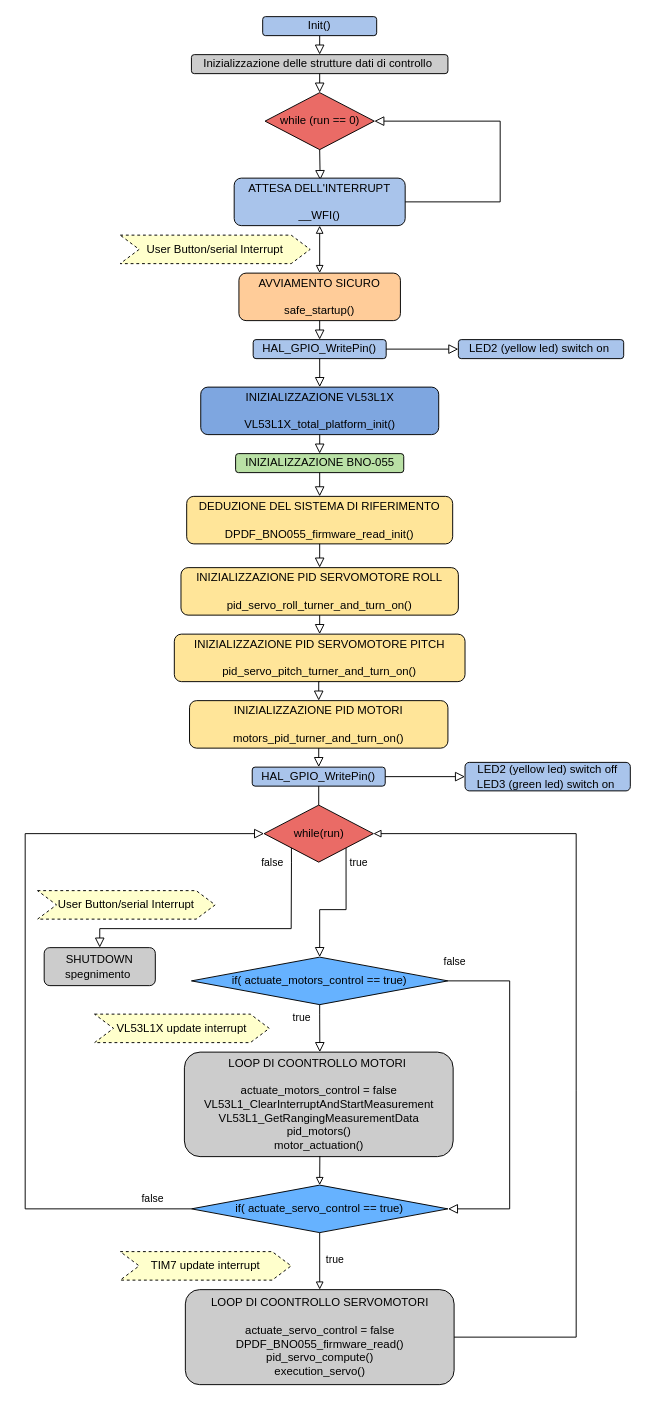
Before: relazione/corrente/src_diagrams/diagramma_di_flusso_generale.drawio in diego-tag/ducted-fan, a draw.io diagram. Source tidied: cells renumbered, new cells numbered last; positions are measured from the earlier drawing's top-left corner, leaving out a move shared by most shapes. Both pictures are drawn from the tidied source at 95%, with x=0, y=0 at pixel (25, 16).
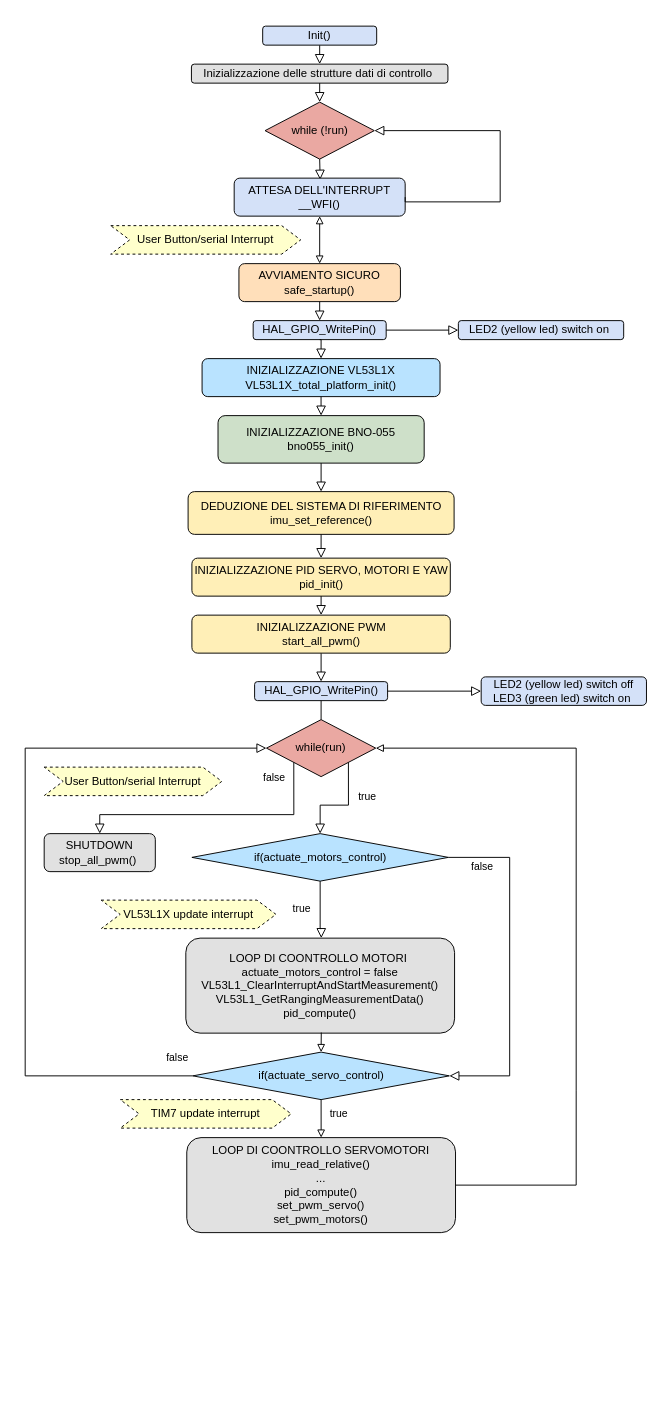
The same diagram, later.

Commit message:
relazione: aggiorna source diagramma

The change refers to these unchanged cells:
```xml
<mxCell id="37" style="rounded=0;html=1;jettySize=auto;fontSize=11;endArrow=block;endFill=0;endSize=8;strokeWidth=1;shadow=0;labelBackgroundColor=none;edgeStyle=orthogonalEdgeStyle;exitX=1;exitY=1;exitDx=0;exitDy=0;entryX=0.5;entryY=0;entryDx=0;entryDy=0;" parent="1" edge="1" source="29" target="35">
  <mxGeometry relative="1" as="geometry" />
</mxCell>
<mxCell id="51" style="endArrow=block;html=1;rounded=0;exitX=0.5;exitY=1;exitDx=0;exitDy=0;endFill=0;entryX=0.5;entryY=0;entryDx=0;entryDy=0;" parent="1" edge="1" source="48" target="53">
  <mxGeometry relative="1" as="geometry" />
</mxCell>
```

Change to the diagram source:
```diff
@@
-    <mxCell id="3" value="&lt;font style=&quot;color: light-dark(rgb(0, 0, 0), rgb(0, 0, 0));&quot;&gt;Init()&lt;/font&gt;" style="rounded=1;whiteSpace=wrap;html=1;fontSize=12;glass=0;strokeWidth=1;shadow=0;fillColor=light-dark(#A9C4EB,#A9C4EB);" parent="1" vertex="1">
-      <mxGeometry x="250" width="120" height="20" as="geometry" />
+    <mxCell id="3" value="&lt;font style=&quot;color: light-dark(rgb(0, 0, 0), rgb(0, 0, 0));&quot;&gt;Init()&lt;/font&gt;" style="rounded=1;whiteSpace=wrap;html=1;fontSize=12;glass=0;strokeWidth=1;shadow=0;fillColor=light-dark(#D4E1F8,#A9C4EB);" parent="1" vertex="1">
+      <mxGeometry x="250" y="10" width="120" height="20" as="geometry" />
     </mxCell>
-    <mxCell id="4" value="&lt;font style=&quot;color: light-dark(rgb(0, 0, 0), rgb(0, 0, 0));&quot;&gt;Inizializzazione delle strutture dati di controllo&amp;nbsp;&lt;/font&gt;" style="rounded=1;whiteSpace=wrap;html=1;fillColor=light-dark(#CCCCCC,#CCCCCC);" parent="1" vertex="1">
-      <mxGeometry x="175" y="40" width="270" height="20" as="geometry" />
+    <mxCell id="4" value="&lt;font style=&quot;color: light-dark(rgb(0, 0, 0), rgb(0, 0, 0));&quot;&gt;Inizializzazione delle strutture dati di controllo&amp;nbsp;&lt;/font&gt;" style="rounded=1;whiteSpace=wrap;html=1;fillColor=light-dark(#E1E1E1,#CCCCCC);" parent="1" vertex="1">
+      <mxGeometry x="175" y="50" width="270" height="20" as="geometry" />
     </mxCell>
-    <mxCell id="5" value="while (run == 0)" style="rhombus;whiteSpace=wrap;html=1;fillColor=#EA6B66;" parent="1" vertex="1">
-      <mxGeometry x="252.5" y="80" width="115" height="60" as="geometry" />
+    <mxCell id="5" value="while (!run)" style="rhombus;whiteSpace=wrap;html=1;fillColor=#EAA8A2;" parent="1" vertex="1">
+      <mxGeometry x="252.5" y="90" width="115" height="60" as="geometry" />
     </mxCell>
@@
-    <mxCell id="8" value="ATTESA DELL'INTERRUPT&lt;div&gt;&lt;br&gt;&lt;div&gt;__WFI()&lt;/div&gt;&lt;/div&gt;" style="rounded=1;whiteSpace=wrap;html=1;fillColor=#A9C4EB;" parent="1" vertex="1">
-      <mxGeometry x="220" y="170" width="180" height="50" as="geometry" />
+    <mxCell id="8" value="ATTESA DELL'INTERRUPT&lt;div&gt;&lt;div&gt;__WFI()&lt;/div&gt;&lt;/div&gt;" style="rounded=1;whiteSpace=wrap;html=1;fillColor=light-dark(#D4E1F8,#A9C4EB);" parent="1" vertex="1">
+      <mxGeometry x="220" y="170" width="180" height="40" as="geometry" />
     </mxCell>
     <mxCell id="9" style="rounded=0;html=1;jettySize=auto;fontSize=11;endArrow=block;endFill=0;endSize=8;strokeWidth=1;shadow=0;labelBackgroundColor=none;edgeStyle=orthogonalEdgeStyle;exitX=1;exitY=0.5;exitDx=0;exitDy=0;entryX=1;entryY=0.5;entryDx=0;entryDy=0;" parent="1" edge="1" source="8" target="5">
       <mxGeometry relative="1" as="geometry">
         <Array as="points">
+          <mxPoint x="400" y="195" />
           <mxPoint x="500" y="195" />
-          <mxPoint x="500" y="110" />
+          <mxPoint x="500" y="120" />
         </Array>
       </mxGeometry>
     </mxCell>
     <mxCell id="10" value="User Button/serial Interrupt" style="shape=step;perimeter=stepPerimeter;whiteSpace=wrap;html=1;fixedSize=1;dashed=1;fillColor=#FFFFCC;" parent="1" vertex="1">
-      <mxGeometry x="100" y="230" width="200" height="30" as="geometry" />
+      <mxGeometry x="90" y="220" width="200" height="30" as="geometry" />
     </mxCell>
@@
-    <mxCell id="12" value="AVVIAMENTO SICURO&lt;div&gt;&lt;br&gt;&lt;/div&gt;&lt;div&gt;safe_startup()&lt;/div&gt;" style="rounded=1;whiteSpace=wrap;html=1;fillColor=#FFCC99;" parent="1" vertex="1">
-      <mxGeometry x="225" y="270" width="170" height="50" as="geometry" />
+    <mxCell id="12" value="AVVIAMENTO SICURO&lt;div&gt;safe_startup()&lt;/div&gt;" style="rounded=1;whiteSpace=wrap;html=1;fillColor=#FFDFBA;" parent="1" vertex="1">
+      <mxGeometry x="225" y="260" width="170" height="40" as="geometry" />
     </mxCell>
-    <mxCell id="13" value="HAL_GPIO_WritePin()" style="rounded=1;whiteSpace=wrap;html=1;fillColor=light-dark(#A9C4EB,#A9C4EB);" parent="1" vertex="1">
-      <mxGeometry x="240" y="340" width="140" height="20" as="geometry" />
+    <mxCell id="13" value="HAL_GPIO_WritePin()" style="rounded=1;whiteSpace=wrap;html=1;fillColor=light-dark(#D4E1F8,#A9C4EB);" parent="1" vertex="1">
+      <mxGeometry x="240" y="320" width="140" height="20" as="geometry" />
     </mxCell>
@@
-    <mxCell id="15" value="LED2 (yellow led) switch on&amp;nbsp;" style="rounded=1;whiteSpace=wrap;html=1;fillColor=light-dark(#A9C4EB,#A9C4EB);" parent="1" vertex="1">
-      <mxGeometry x="456" y="340" width="174" height="20" as="geometry" />
+    <mxCell id="15" value="LED2 (yellow led) switch on&amp;nbsp;" style="rounded=1;whiteSpace=wrap;html=1;fillColor=light-dark(#D4E1F8,#A9C4EB);" parent="1" vertex="1">
+      <mxGeometry x="456" y="320" width="174" height="20" as="geometry" />
     </mxCell>
@@
-    <mxCell id="17" value="INIZIALIZZAZIONE VL53L1X&lt;div&gt;&lt;br&gt;&lt;div&gt;VL53L1X_total_platform_init()&lt;/div&gt;&lt;/div&gt;" style="rounded=1;whiteSpace=wrap;html=1;fillColor=#7EA6E0;" parent="1" vertex="1">
-      <mxGeometry x="184.8" y="390" width="250.5" height="50" as="geometry" />
+    <mxCell id="17" value="INIZIALIZZAZIONE VL53L1X&lt;div&gt;&lt;div&gt;VL53L1X_total_platform_init()&lt;/div&gt;&lt;/div&gt;" style="rounded=1;whiteSpace=wrap;html=1;fillColor=#B9E3FF;" parent="1" vertex="1">
+      <mxGeometry x="186.2" y="360" width="250.5" height="40" as="geometry" />
     </mxCell>
@@
-    <mxCell id="19" value="INIZIALIZZAZIONE BNO-055" style="rounded=1;whiteSpace=wrap;html=1;fillColor=#B9E0A5;" parent="1" vertex="1">
-      <mxGeometry x="221.5" y="460" width="177" height="20" as="geometry" />
+    <mxCell id="19" value="INIZIALIZZAZIONE BNO-055&lt;br&gt;bno055_init()" style="rounded=1;whiteSpace=wrap;html=1;fillColor=#CEE0C9;" parent="1" vertex="1">
+      <mxGeometry x="203" y="420" width="217" height="50" as="geometry" />
     </mxCell>
@@
-    <mxCell id="21" value="DEDUZIONE DEL SISTEMA DI RIFERIMENTO&lt;div&gt;&lt;br&gt;&lt;/div&gt;&lt;div&gt;DPDF_BNO055_firmware_read_init()&lt;/div&gt;" style="rounded=1;whiteSpace=wrap;html=1;fillColor=#FFE599;" parent="1" vertex="1">
-      <mxGeometry x="170" y="505" width="280" height="50" as="geometry" />
+    <mxCell id="21" value="DEDUZIONE DEL SISTEMA DI RIFERIMENTO&lt;div&gt;imu_set_reference()&lt;/div&gt;" style="rounded=1;whiteSpace=wrap;html=1;fillColor=#FFEFB7;" parent="1" vertex="1">
+      <mxGeometry x="171.5" y="500" width="280" height="45" as="geometry" />
     </mxCell>
@@
-    <mxCell id="23" value="INIZIALIZZAZIONE PID SERVOMOTORE ROLL&lt;div&gt;&lt;br&gt;&lt;/div&gt;&lt;div&gt;pid_servo_roll_turner_and_turn_on()&lt;/div&gt;" style="rounded=1;whiteSpace=wrap;html=1;fillColor=#FFE599;" parent="1" vertex="1">
-      <mxGeometry x="164" y="580" width="292" height="50" as="geometry" />
-    </mxCell>
-    <mxCell id="24" style="rounded=0;html=1;jettySize=auto;fontSize=11;endArrow=block;endFill=0;endSize=8;strokeWidth=1;shadow=0;labelBackgroundColor=none;edgeStyle=orthogonalEdgeStyle;entryX=0.5;entryY=0;entryDx=0;entryDy=0;exitX=0.5;exitY=1;exitDx=0;exitDy=0;" parent="1" edge="1" source="21" target="23">
-      <mxGeometry relative="1" as="geometry" />
-    </mxCell>
-    <mxCell id="25" value="INIZIALIZZAZIONE PID SERVOMOTORE PITCH&lt;div&gt;&lt;br&gt;&lt;/div&gt;&lt;div&gt;pid_servo_pitch_turner_and_turn_on()&lt;/div&gt;" style="rounded=1;whiteSpace=wrap;html=1;fillColor=#FFE599;" parent="1" vertex="1">
-      <mxGeometry x="157" y="650" width="306" height="50" as="geometry" />
-    </mxCell>
-    <mxCell id="26" style="rounded=0;html=1;jettySize=auto;fontSize=11;endArrow=block;endFill=0;endSize=8;strokeWidth=1;shadow=0;labelBackgroundColor=none;edgeStyle=orthogonalEdgeStyle;exitX=0.5;exitY=1;exitDx=0;exitDy=0;entryX=0.5;entryY=0;entryDx=0;entryDy=0;" parent="1" edge="1" source="23" target="25">
-      <mxGeometry relative="1" as="geometry" />
-    </mxCell>
-    <mxCell id="27" value="INIZIALIZZAZIONE PID MOTORI&lt;div&gt;&lt;br&gt;&lt;/div&gt;&lt;div&gt;motors_pid_turner_and_turn_on()&lt;/div&gt;" style="rounded=1;whiteSpace=wrap;html=1;fillColor=#FFE599;" parent="1" vertex="1">
-      <mxGeometry x="173" y="720" width="272" height="50" as="geometry" />
+    <mxCell id="27" value="INIZIALIZZAZIONE PID SERVO, MOTORI E YAW&lt;div&gt;pid_init()&lt;/div&gt;" style="rounded=1;whiteSpace=wrap;html=1;fillColor=#FFEFB7;" parent="1" vertex="1">
+      <mxGeometry x="175.5" y="570" width="272" height="40" as="geometry" />
     </mxCell>
-    <mxCell id="28" style="rounded=0;html=1;jettySize=auto;fontSize=11;endArrow=block;endFill=0;endSize=8;strokeWidth=1;shadow=0;labelBackgroundColor=none;edgeStyle=orthogonalEdgeStyle;exitX=0.5;exitY=1;exitDx=0;exitDy=0;entryX=0.5;entryY=0;entryDx=0;entryDy=0;" parent="1" edge="1" source="25" target="27">
+    <mxCell id="28" style="rounded=0;html=1;jettySize=auto;fontSize=11;endArrow=block;endFill=0;endSize=8;strokeWidth=1;shadow=0;labelBackgroundColor=none;edgeStyle=orthogonalEdgeStyle;exitX=0.5;exitY=1;exitDx=0;exitDy=0;entryX=0.5;entryY=0;entryDx=0;entryDy=0;" parent="1" edge="1" source="21" target="27">
       <mxGeometry relative="1" as="geometry" />
     </mxCell>
-    <mxCell id="29" value="while(run)" style="rhombus;whiteSpace=wrap;html=1;fillColor=#EA6B66;" parent="1" vertex="1">
-      <mxGeometry x="251.5" y="830" width="115" height="60" as="geometry" />
+    <mxCell id="29" value="while(run)" style="rhombus;whiteSpace=wrap;html=1;fillColor=#EAA8A2;" parent="1" vertex="1">
+      <mxGeometry x="254" y="740" width="115" height="60" as="geometry" />
     </mxCell>
-    <mxCell id="30" value="HAL_GPIO_WritePin()" style="rounded=1;whiteSpace=wrap;html=1;fillColor=light-dark(#A9C4EB,#A9C4EB);" parent="1" vertex="1">
-      <mxGeometry x="239" y="790" width="140" height="20" as="geometry" />
+    <mxCell id="30" value="HAL_GPIO_WritePin()" style="rounded=1;whiteSpace=wrap;html=1;fillColor=light-dark(#D4E1F8,#A9C4EB);" parent="1" vertex="1">
+      <mxGeometry x="241.5" y="700" width="140" height="20" as="geometry" />
     </mxCell>
-    <mxCell id="31" value="LED2 (yellow led) switch off&lt;div&gt;LED3 (green led) switch on&amp;nbsp;&lt;/div&gt;" style="rounded=1;whiteSpace=wrap;html=1;fillColor=light-dark(#A9C4EB,#A9C4EB);" parent="1" vertex="1">
-      <mxGeometry x="463" y="785" width="174" height="30" as="geometry" />
+    <mxCell id="31" value="LED2 (yellow led) switch off&lt;div&gt;LED3 (green led) switch on&amp;nbsp;&lt;/div&gt;" style="rounded=1;whiteSpace=wrap;html=1;fillColor=light-dark(#D4E1F8,#A9C4EB);" parent="1" vertex="1">
+      <mxGeometry x="480" y="695" width="174" height="30" as="geometry" />
     </mxCell>
-    <mxCell id="32" style="rounded=0;html=1;jettySize=auto;fontSize=11;endArrow=block;endFill=0;endSize=8;strokeWidth=1;shadow=0;labelBackgroundColor=none;edgeStyle=orthogonalEdgeStyle;exitX=0.5;exitY=1;exitDx=0;exitDy=0;entryX=0.5;entryY=0;entryDx=0;entryDy=0;" parent="1" edge="1" source="27" target="30">
-      <mxGeometry relative="1" as="geometry">
-        <Array as="points">
-          <mxPoint x="309" y="780" />
-          <mxPoint x="309" y="780" />
-        </Array>
-      </mxGeometry>
-    </mxCell>
@@
-    <mxCell id="35" value="if( actuate_motors_control == true)" style="rhombus;whiteSpace=wrap;html=1;fillColor=#66B2FF;" parent="1" vertex="1">
-      <mxGeometry x="175" y="990" width="270" height="50" as="geometry" />
+    <mxCell id="35" value="if(actuate_motors_control&lt;span style=&quot;background-color: transparent; color: light-dark(rgb(0, 0, 0), rgb(255, 255, 255));&quot;&gt;)&lt;/span&gt;" style="rhombus;whiteSpace=wrap;html=1;fillColor=#B9E3FF;" parent="1" vertex="1">
+      <mxGeometry x="175.5" y="860" width="270" height="50" as="geometry" />
     </mxCell>
     <mxCell id="36" value="VL53L1X update interrupt" style="shape=step;perimeter=stepPerimeter;whiteSpace=wrap;html=1;fixedSize=1;dashed=1;fillColor=#FFFFCC;" parent="1" vertex="1">
-      <mxGeometry x="73" y="1050" width="184" height="30" as="geometry" />
+      <mxGeometry x="80" y="930" width="184" height="30" as="geometry" />
     </mxCell>
@@
     <mxCell id="38" value="false" style="edgeLabel;html=1;align=center;verticalAlign=middle;" parent="37" vertex="1">
       <mxGeometry x="-0.01" y="3" relative="1" as="geometry">
-        <mxPoint x="-72" y="-53" as="offset" />
+        <mxPoint x="-72" y="-33" as="offset" />
       </mxGeometry>
     </mxCell>
     <mxCell id="39" style="rounded=0;html=1;jettySize=auto;fontSize=11;endArrow=block;endFill=0;endSize=8;strokeWidth=1;shadow=0;labelBackgroundColor=none;edgeStyle=orthogonalEdgeStyle;exitX=1;exitY=0.5;exitDx=0;exitDy=0;entryX=1;entryY=0.5;entryDx=0;entryDy=0;" parent="1" edge="1" source="35" target="48">
       <mxGeometry relative="1" as="geometry">
         <Array as="points">
-          <mxPoint x="510" y="1015" />
-          <mxPoint x="510" y="1255" />
+          <mxPoint x="510" y="885" />
+          <mxPoint x="510" y="1115" />
         </Array>
       </mxGeometry>
     </mxCell>
     <mxCell id="40" value="false" style="edgeLabel;html=1;align=center;verticalAlign=middle;" parent="39" vertex="1">
       <mxGeometry x="0.25" y="1" relative="1" as="geometry">
-        <mxPoint x="-60" y="-187" as="offset" />
+        <mxPoint x="-31" y="-150" as="offset" />
       </mxGeometry>
     </mxCell>
     <mxCell id="41" style="rounded=0;html=1;jettySize=auto;fontSize=11;endArrow=block;endFill=0;endSize=8;strokeWidth=1;shadow=0;labelBackgroundColor=none;edgeStyle=orthogonalEdgeStyle;exitX=0.5;exitY=1;exitDx=0;exitDy=0;entryX=0.504;entryY=0;entryDx=0;entryDy=0;entryPerimeter=0;" parent="1" edge="1" source="35" target="43">
       <mxGeometry relative="1" as="geometry">
         <Array as="points">
-          <mxPoint x="310" y="1050" />
+          <mxPoint x="310" y="960" />
+          <mxPoint x="312" y="960" />
         </Array>
       </mxGeometry>
     </mxCell>
     <mxCell id="42" value="true" style="edgeLabel;html=1;align=center;verticalAlign=middle;" parent="41" vertex="1">
       <mxGeometry x="0.16" y="1" relative="1" as="geometry">
-        <mxPoint x="-21" y="-15" as="offset" />
+        <mxPoint x="-21" y="-7" as="offset" />
       </mxGeometry>
     </mxCell>
-    <mxCell id="43" value="LOOP DI COONTROLLO MOTORI&amp;nbsp;&lt;div&gt;&lt;br&gt;&lt;div&gt;actuate_motors_control = false&lt;/div&gt;&lt;div&gt;VL53L1_ClearInterruptAndStartMeasurement&lt;/div&gt;&lt;div&gt;VL53L1_GetRangingMeasurementData&lt;/div&gt;&lt;div&gt;pid_motors()&lt;/div&gt;&lt;div&gt;motor_actuation()&lt;/div&gt;&lt;/div&gt;" style="rounded=1;whiteSpace=wrap;html=1;fillColor=#CCCCCC;" parent="1" vertex="1">
-      <mxGeometry x="167.6" y="1090" width="282.9" height="110" as="geometry" />
+    <mxCell id="43" value="LOOP DI COONTROLLO MOTORI&amp;nbsp;&lt;div&gt;&lt;div&gt;actuate_motors_control = false&lt;/div&gt;&lt;div&gt;VL53L1_ClearInterruptAndStartMeasurement()&lt;/div&gt;&lt;div&gt;VL53L1_GetRangingMeasurementData()&lt;/div&gt;&lt;div&gt;pid_compute()&lt;/div&gt;&lt;/div&gt;" style="rounded=1;whiteSpace=wrap;html=1;fillColor=light-dark(#E1E1E1,#CCCCCC);" parent="1" vertex="1">
+      <mxGeometry x="169.1" y="970" width="282.9" height="100" as="geometry" />
     </mxCell>
     <mxCell id="44" value="User Button/serial Interrupt" style="shape=step;perimeter=stepPerimeter;whiteSpace=wrap;html=1;fixedSize=1;dashed=1;fillColor=#FFFFCC;" parent="1" vertex="1">
-      <mxGeometry x="13" y="920" width="187" height="30" as="geometry" />
+      <mxGeometry x="20" y="790" width="187" height="30" as="geometry" />
     </mxCell>
     <mxCell id="45" style="rounded=0;html=1;jettySize=auto;fontSize=11;endArrow=block;endFill=0;endSize=8;strokeWidth=1;shadow=0;labelBackgroundColor=none;edgeStyle=orthogonalEdgeStyle;entryX=0.5;entryY=0;entryDx=0;entryDy=0;exitX=0;exitY=1;exitDx=0;exitDy=0;" parent="1" edge="1" source="29" target="47">
       <mxGeometry relative="1" as="geometry">
         <Array as="points">
-          <mxPoint x="280" y="890" />
-          <mxPoint x="280" y="960" />
-          <mxPoint x="71" y="960" />
+          <mxPoint x="283" y="840" />
+          <mxPoint x="79" y="840" />
+          <mxPoint x="79" y="860" />
+          <mxPoint x="79" y="860" />
         </Array>
       </mxGeometry>
     </mxCell>
     <mxCell id="46" value="true" style="edgeLabel;html=1;align=center;verticalAlign=middle;" parent="45" vertex="1">
       <mxGeometry x="-0.18" y="-4" relative="1" as="geometry">
-        <mxPoint x="111" y="-66" as="offset" />
+        <mxPoint x="137" y="-16" as="offset" />
       </mxGeometry>
     </mxCell>
-    <mxCell id="47" value="SHUTDOWN&lt;div&gt;spegnimento&amp;nbsp;&lt;/div&gt;" style="rounded=1;whiteSpace=wrap;html=1;fillColor=light-dark(#CCCCCC,#CCCCCC);" parent="1" vertex="1">
-      <mxGeometry x="20" y="980" width="117" height="40" as="geometry" />
+    <mxCell id="47" value="SHUTDOWN&lt;br&gt;&lt;span style=&quot;background-color: transparent; color: light-dark(rgb(0, 0, 0), rgb(255, 255, 255));&quot;&gt;stop_all_pwm()&amp;nbsp;&lt;/span&gt;" style="rounded=1;whiteSpace=wrap;html=1;fillColor=light-dark(#E1E1E1,#CCCCCC);" parent="1" vertex="1">
+      <mxGeometry x="20" y="860" width="117" height="40" as="geometry" />
     </mxCell>
-    <mxCell id="48" value="if( actuate_servo_control == true)" style="rhombus;whiteSpace=wrap;html=1;fillColor=#66B2FF;" parent="1" vertex="1">
-      <mxGeometry x="175" y="1230" width="270" height="50" as="geometry" />
+    <mxCell id="48" value="if(actuate_servo_control)" style="rhombus;whiteSpace=wrap;html=1;fillColor=#B9E3FF;" parent="1" vertex="1">
+      <mxGeometry x="176.5" y="1090" width="270" height="50" as="geometry" />
     </mxCell>
@@
     <mxCell id="50" value="TIM7 update interrupt" style="shape=step;perimeter=stepPerimeter;whiteSpace=wrap;html=1;fixedSize=1;dashed=1;fillColor=#FFFFCC;" parent="1" vertex="1">
-      <mxGeometry x="100" y="1300" width="180" height="30" as="geometry" />
+      <mxGeometry x="100" y="1140" width="180" height="30" as="geometry" />
     </mxCell>
@@
     <mxCell id="52" value="true" style="edgeLabel;html=1;align=center;verticalAlign=middle;" parent="51" vertex="1">
       <mxGeometry x="-0.04" relative="1" as="geometry">
-        <mxPoint x="15" as="offset" />
+        <mxPoint x="18" y="-4" as="offset" />
       </mxGeometry>
     </mxCell>
-    <mxCell id="53" value="LOOP DI COONTROLLO SERVOMOTORI&lt;div&gt;&lt;br&gt;&lt;div&gt;&lt;span style=&quot;background-color: transparent; color: light-dark(rgb(0, 0, 0), rgb(255, 255, 255));&quot;&gt;actuate_servo_control = false&lt;/span&gt;&lt;/div&gt;&lt;div&gt;&lt;span style=&quot;background-color: transparent; color: light-dark(rgb(0, 0, 0), rgb(255, 255, 255));&quot;&gt;DPDF_BNO055_firmware_read()&lt;/span&gt;&lt;/div&gt;&lt;div&gt;&lt;span style=&quot;background-color: transparent; color: light-dark(rgb(0, 0, 0), rgb(255, 255, 255));&quot;&gt;pid_servo_compute()&lt;/span&gt;&lt;/div&gt;&lt;div&gt;&lt;span style=&quot;background-color: transparent; color: light-dark(rgb(0, 0, 0), rgb(255, 255, 255));&quot;&gt;execution_servo()&lt;/span&gt;&lt;/div&gt;&lt;/div&gt;" style="rounded=1;whiteSpace=wrap;html=1;fillColor=#CCCCCC;" parent="1" vertex="1">
-      <mxGeometry x="168.6" y="1340" width="282.9" height="100" as="geometry" />
+    <mxCell id="53" value="LOOP DI COONTROLLO SERVOMOTORI&lt;div&gt;&lt;div&gt;&lt;div&gt;&lt;span style=&quot;background-color: transparent;&quot;&gt;imu_read_relative&lt;/span&gt;&lt;span style=&quot;background-color: transparent; color: light-dark(rgb(0, 0, 0), rgb(255, 255, 255));&quot;&gt;()&lt;br&gt;...&lt;/span&gt;&lt;/div&gt;&lt;div&gt;&lt;span style=&quot;background-color: transparent; color: light-dark(rgb(0, 0, 0), rgb(255, 255, 255));&quot;&gt;pid_compute()&lt;/span&gt;&lt;/div&gt;&lt;div&gt;&lt;span style=&quot;background-color: transparent; color: light-dark(rgb(0, 0, 0), rgb(255, 255, 255));&quot;&gt;set_pwm_servo()&lt;/span&gt;&lt;/div&gt;&lt;/div&gt;&lt;/div&gt;&lt;div&gt;&lt;span style=&quot;background-color: transparent; color: light-dark(rgb(0, 0, 0), rgb(255, 255, 255));&quot;&gt;set_pwm_motors()&lt;/span&gt;&lt;/div&gt;" style="rounded=1;whiteSpace=wrap;html=1;fillColor=light-dark(#E1E1E1,#CCCCCC);" parent="1" vertex="1">
+      <mxGeometry x="170.1" y="1180" width="282.9" height="100" as="geometry" />
     </mxCell>
     <mxCell id="54" style="rounded=0;html=1;jettySize=auto;fontSize=11;endArrow=block;endFill=0;endSize=8;strokeWidth=1;shadow=0;labelBackgroundColor=none;edgeStyle=orthogonalEdgeStyle;entryX=0;entryY=0.5;entryDx=0;entryDy=0;exitX=0;exitY=0.5;exitDx=0;exitDy=0;" parent="1" edge="1" source="48" target="29">
       <mxGeometry relative="1" as="geometry">
         <Array as="points">
-          <mxPoint y="1255" />
-          <mxPoint y="860" />
+          <mxPoint y="1115" />
+          <mxPoint y="770" />
         </Array>
       </mxGeometry>
     </mxCell>
     <mxCell id="55" value="false" style="edgeLabel;html=1;align=center;verticalAlign=middle;" parent="54" vertex="1">
       <mxGeometry x="0.05" y="-3" relative="1" as="geometry">
-        <mxPoint x="130" y="244" as="offset" />
+        <mxPoint x="156" y="211" as="offset" />
       </mxGeometry>
     </mxCell>
     <mxCell id="56" style="endArrow=block;html=1;rounded=0;endFill=0;exitX=1;exitY=0.5;exitDx=0;exitDy=0;entryX=1;entryY=0.5;entryDx=0;entryDy=0;" parent="1" edge="1" source="53" target="29">
       <mxGeometry relative="1" as="geometry">
         <Array as="points">
-          <mxPoint x="580" y="1390" />
+          <mxPoint x="580" y="1230" />
           <mxPoint x="580" y="1130" />
-          <mxPoint x="580" y="860" />
+          <mxPoint x="580" y="770" />
         </Array>
       </mxGeometry>
     </mxCell>
+    <mxCell id="57" style="rounded=0;html=1;jettySize=auto;fontSize=11;endArrow=block;endFill=0;endSize=8;strokeWidth=1;shadow=0;labelBackgroundColor=none;edgeStyle=orthogonalEdgeStyle;exitX=0.5;exitY=1;exitDx=0;exitDy=0;entryX=0.5;entryY=0;entryDx=0;entryDy=0;" parent="1" edge="1" source="58" target="30">
+      <mxGeometry relative="1" as="geometry" />
+    </mxCell>
+    <mxCell id="58" value="INIZIALIZZAZIONE PWM&lt;br&gt;start_all_pwm()" style="rounded=1;whiteSpace=wrap;html=1;fillColor=#FFEFB7;" parent="1" vertex="1">
+      <mxGeometry x="175.5" y="630" width="272" height="40" as="geometry" />
+    </mxCell>
+    <mxCell id="59" style="rounded=0;html=1;jettySize=auto;fontSize=11;endArrow=block;endFill=0;endSize=8;strokeWidth=1;shadow=0;labelBackgroundColor=none;edgeStyle=orthogonalEdgeStyle;exitX=0.5;exitY=1;exitDx=0;exitDy=0;entryX=0.5;entryY=0;entryDx=0;entryDy=0;" parent="1" edge="1" source="27" target="58">
+      <mxGeometry relative="1" as="geometry" />
+    </mxCell>
```
